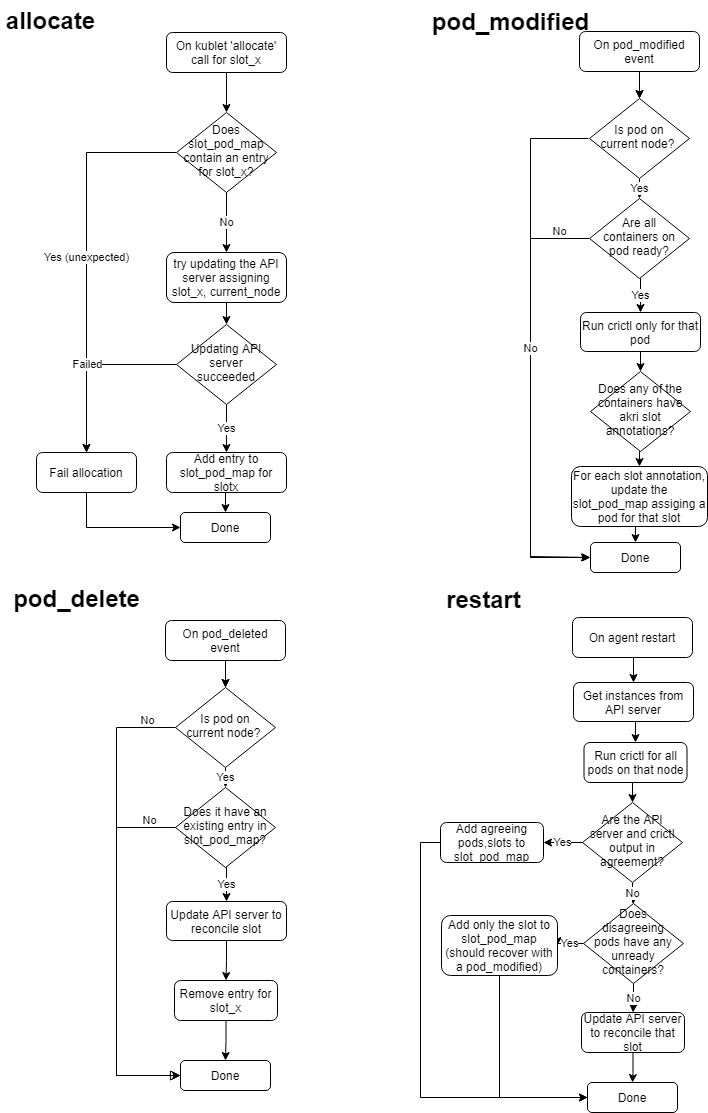
This is akri_slot_reconciliation_algorithm_proposed.png from romoh/playground, a draw.io export, as it was before one commit. Source tidied: cells renumbered, new cells last; positions are measured from the earlier drawing's top-left corner, leaving out a move shared by most shapes.
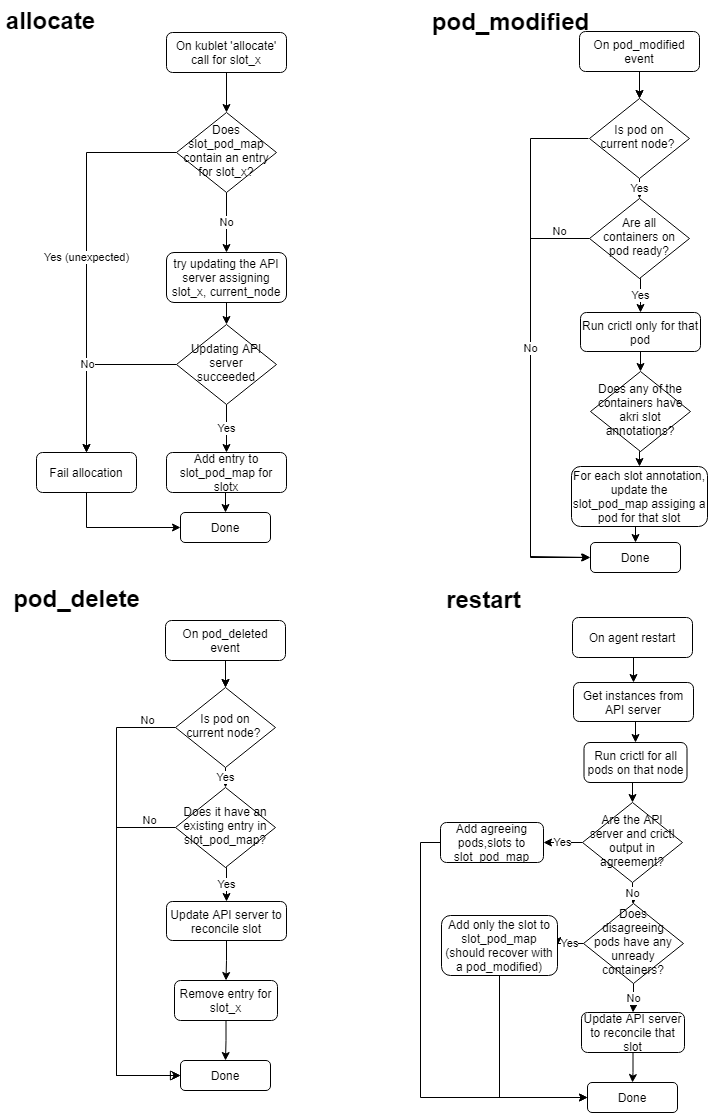
Later version of the same file.

What changed in the source:
```diff
@@ -25,7 +25,7 @@
     <mxCell id="8" value="Yes" style="edgeStyle=orthogonalEdgeStyle;rounded=0;jettySize=auto;html=1;exitX=0.5;exitY=1;exitDx=0;exitDy=0;" parent="1" edge="1" source="16" target="13">
       <mxGeometry relative="1" as="geometry" />
     </mxCell>
-    <mxCell id="9" value="Failed" style="edgeStyle=orthogonalEdgeStyle;rounded=0;jettySize=auto;html=1;exitX=0;exitY=0.5;exitDx=0;exitDy=0;" parent="1" edge="1" source="16" target="15">
+    <mxCell id="9" value="No" style="edgeStyle=orthogonalEdgeStyle;rounded=0;jettySize=auto;html=1;exitX=0;exitY=0.5;exitDx=0;exitDy=0;" parent="1" edge="1" source="16" target="15">
       <mxGeometry relative="1" as="geometry" />
     </mxCell>
     <mxCell id="10" style="edgeStyle=orthogonalEdgeStyle;rounded=0;jettySize=auto;html=1;exitX=0.5;exitY=1;exitDx=0;exitDy=0;entryX=0.5;entryY=0;entryDx=0;entryDy=0;" parent="1" edge="1" source="11" target="16">
```
